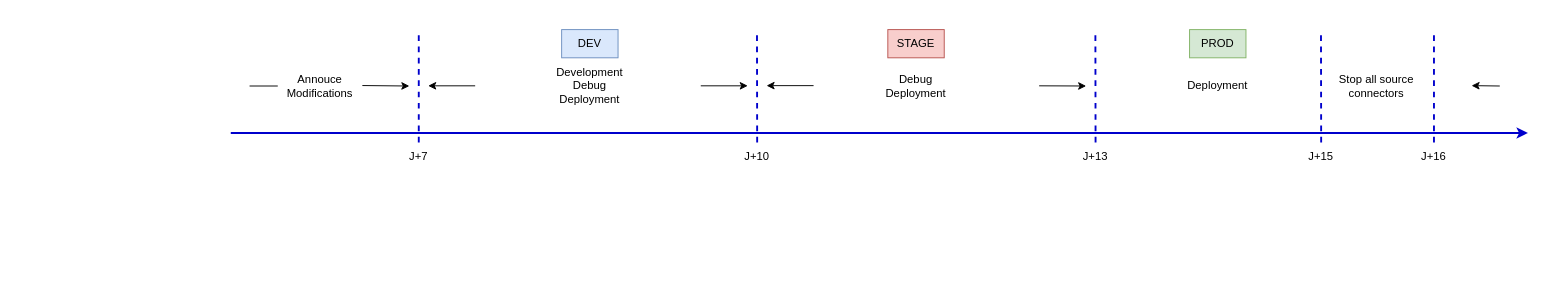
This is kfk_deployment.drawio from wunyu/drawio, a draw.io file, before an edit. Source tidied: cells renumbered, new cells numbered last; positions are measured from the earlier drawing's top-left corner, leaving out a move shared by most shapes. Both pictures are drawn from the tidied source at 94%, with x=0, y=0 at pixel (230, 29).
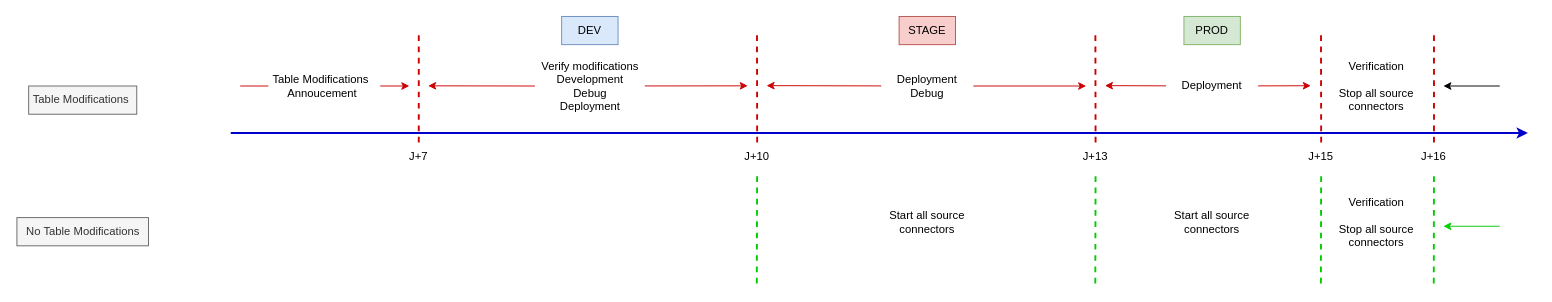
After the change.

Unchanged cells that the change refers to:
```xml
<mxCell id="3" value="J+15" style="text;html=1;align=center;verticalAlign=middle;whiteSpace=wrap;rounded=0;" parent="1" vertex="1">
  <mxGeometry x="1130" y="120" width="60" height="30" as="geometry" />
</mxCell>
<mxCell id="4" value="J+13" style="text;html=1;align=center;verticalAlign=middle;whiteSpace=wrap;rounded=0;" parent="1" vertex="1">
  <mxGeometry x="890" y="120" width="60" height="30" as="geometry" />
</mxCell>
<mxCell id="5" value="J+10" style="text;html=1;align=center;verticalAlign=middle;whiteSpace=wrap;rounded=0;" parent="1" vertex="1">
  <mxGeometry x="530" y="120" width="60" height="30" as="geometry" />
</mxCell>
<mxCell id="9" value="J+7" style="text;html=1;align=center;verticalAlign=middle;whiteSpace=wrap;rounded=0;" parent="1" vertex="1">
  <mxGeometry x="170" y="120" width="60" height="30" as="geometry" />
</mxCell>
<mxCell id="24" value="J+16" style="text;html=1;align=center;verticalAlign=middle;whiteSpace=wrap;rounded=0;" parent="1" vertex="1">
  <mxGeometry x="1250" y="120" width="60" height="30" as="geometry" />
</mxCell>
```

What changed in the source:
```diff
@@
-    <mxCell id="6" value="Annouce Modifications" style="text;html=1;align=center;verticalAlign=middle;whiteSpace=wrap;rounded=0;" parent="1" vertex="1">
-      <mxGeometry x="65" y="45" width="60" height="30" as="geometry" />
+    <mxCell id="6" value="Table Modifications&amp;nbsp;&lt;br&gt;Annoucement" style="text;html=1;align=center;verticalAlign=middle;whiteSpace=wrap;rounded=0;" parent="1" vertex="1">
+      <mxGeometry x="40" y="45" width="115" height="30" as="geometry" />
     </mxCell>
-    <mxCell id="7" style="endArrow=classic;html=1;rounded=0;endSize=6;startSize=6;targetPerimeterSpacing=0;" parent="1" edge="1">
+    <mxCell id="7" style="endArrow=classic;html=1;rounded=0;endSize=6;startSize=6;targetPerimeterSpacing=0;exitX=1.035;exitY=0.5;exitDx=0;exitDy=0;exitPerimeter=0;strokeColor=#CC0000;" parent="1" edge="1" source="6">
       <mxGeometry relative="1" as="geometry">
-        <mxPoint x="140" y="59.5" as="sourcePoint" />
         <mxPoint x="190" y="60" as="targetPoint" />
       </mxGeometry>
     </mxCell>
-    <mxCell id="8" value="Development Debug&lt;br&gt;Deployment" style="text;html=1;align=center;verticalAlign=middle;whiteSpace=wrap;rounded=0;" parent="1" vertex="1">
-      <mxGeometry x="333" y="45" width="98" height="30" as="geometry" />
+    <mxCell id="8" value="Verify modifications&lt;br&gt;Development &lt;br&gt;Debug&lt;br&gt;Deployment" style="text;html=1;align=center;verticalAlign=middle;whiteSpace=wrap;rounded=0;" parent="1" vertex="1">
+      <mxGeometry x="323.5" y="45" width="117" height="30" as="geometry" />
     </mxCell>
@@
-    <mxCell id="10" style="endArrow=none;html=1;rounded=0;endFill=0;startArrow=classic;startFill=1;" parent="1" edge="1">
+    <mxCell id="10" style="endArrow=none;html=1;rounded=0;endFill=0;startArrow=classic;startFill=1;entryX=0;entryY=0.5;entryDx=0;entryDy=0;strokeColor=#CC0000;" parent="1" edge="1" target="8">
       <mxGeometry relative="1" as="geometry">
         <mxPoint x="210" y="59.8" as="sourcePoint" />
-        <mxPoint x="260" y="59.8" as="targetPoint" />
       </mxGeometry>
     </mxCell>
-    <mxCell id="11" style="endArrow=classic;html=1;rounded=0;endFill=1;startArrow=none;startFill=0;endSize=6;" parent="1" edge="1">
+    <mxCell id="11" style="endArrow=classic;html=1;rounded=0;endFill=1;startArrow=none;startFill=0;endSize=6;strokeColor=#CC0000;" parent="1" edge="1" source="8">
       <mxGeometry relative="1" as="geometry">
-        <mxPoint x="500" y="59.8" as="sourcePoint" />
         <mxPoint x="550" y="59.8" as="targetPoint" />
       </mxGeometry>
     </mxCell>
-    <mxCell id="12" style="endArrow=none;dashed=1;html=1;rounded=0;exitX=0.5;exitY=0;exitDx=0;exitDy=0;strokeWidth=2;strokeColor=#0000CC;" parent="1" edge="1" source="9">
+    <mxCell id="12" style="endArrow=none;dashed=1;html=1;rounded=0;exitX=0.5;exitY=0;exitDx=0;exitDy=0;strokeWidth=2;strokeColor=#CC0000;" parent="1" edge="1" source="9">
       <mxGeometry relative="1" as="geometry">
         <mxPoint x="200" as="targetPoint" />
       </mxGeometry>
     </mxCell>
-    <mxCell id="13" style="endArrow=none;dashed=1;html=1;rounded=0;exitX=0.5;exitY=0;exitDx=0;exitDy=0;strokeWidth=2;strokeColor=#0000CC;" parent="1" edge="1" source="5">
+    <mxCell id="13" style="endArrow=none;dashed=1;html=1;rounded=0;exitX=0.5;exitY=0;exitDx=0;exitDy=0;strokeWidth=2;strokeColor=#CC0000;" parent="1" edge="1" source="5">
       <mxGeometry relative="1" as="geometry">
         <mxPoint x="559.8" as="targetPoint" />
       </mxGeometry>
     </mxCell>
-    <mxCell id="14" style="endArrow=none;dashed=1;html=1;rounded=0;exitX=0.5;exitY=0;exitDx=0;exitDy=0;strokeWidth=2;strokeColor=#0000CC;" parent="1" edge="1" source="4">
+    <mxCell id="14" style="endArrow=none;dashed=1;html=1;rounded=0;exitX=0.5;exitY=0;exitDx=0;exitDy=0;strokeWidth=2;strokeColor=#CC0000;" parent="1" edge="1" source="4">
       <mxGeometry relative="1" as="geometry">
         <mxPoint x="919.8" as="targetPoint" />
       </mxGeometry>
     </mxCell>
-    <mxCell id="15" style="endArrow=none;dashed=1;html=1;rounded=0;exitX=0.5;exitY=0;exitDx=0;exitDy=0;strokeWidth=2;strokeColor=#0000CC;" parent="1" edge="1" source="3">
+    <mxCell id="15" style="endArrow=none;dashed=1;html=1;rounded=0;exitX=0.5;exitY=0;exitDx=0;exitDy=0;strokeWidth=2;strokeColor=#CC0000;" parent="1" edge="1" source="3">
       <mxGeometry relative="1" as="geometry">
         <mxPoint x="1159.8" as="targetPoint" />
       </mxGeometry>
     </mxCell>
     <mxCell id="16" style="endArrow=none;html=1;rounded=0;endFill=0;startArrow=classic;startFill=1;" parent="1" edge="1">
       <mxGeometry relative="1" as="geometry">
-        <mxPoint x="1320" y="59.6" as="sourcePoint" />
+        <mxPoint x="1290" y="60" as="sourcePoint" />
         <mxPoint x="1350" y="60" as="targetPoint" />
       </mxGeometry>
     </mxCell>
-    <mxCell id="17" style="endArrow=none;html=1;rounded=0;" parent="1" edge="1">
+    <mxCell id="17" style="endArrow=none;html=1;rounded=0;strokeColor=#CC0000;" parent="1" edge="1" target="6">
       <mxGeometry relative="1" as="geometry">
-        <mxPoint x="20" y="60" as="sourcePoint" />
-        <mxPoint x="50" y="60" as="targetPoint" />
+        <mxPoint x="10" y="60" as="sourcePoint" />
       </mxGeometry>
     </mxCell>
-    <mxCell id="18" style="endArrow=classic;html=1;rounded=0;endFill=1;startArrow=none;startFill=0;endSize=6;" parent="1" edge="1">
+    <mxCell id="18" style="endArrow=classic;html=1;rounded=0;endFill=1;startArrow=none;startFill=0;endSize=6;strokeColor=#CC0000;" parent="1" edge="1" source="22">
       <mxGeometry relative="1" as="geometry">
-        <mxPoint x="860" y="59.8" as="sourcePoint" />
         <mxPoint x="910" y="60" as="targetPoint" />
       </mxGeometry>
     </mxCell>
     <mxCell id="19" value="DEV" style="text;html=1;align=center;verticalAlign=middle;whiteSpace=wrap;rounded=0;fillColor=#dae8fc;strokeColor=#6c8ebf;" parent="1" vertex="1">
-      <mxGeometry x="352" width="60" height="30" as="geometry" />
+      <mxGeometry x="352" y="-14" width="60" height="30" as="geometry" />
     </mxCell>
     <mxCell id="20" value="STAGE" style="text;html=1;align=center;verticalAlign=middle;whiteSpace=wrap;rounded=0;fillColor=#f8cecc;strokeColor=#b85450;" parent="1" vertex="1">
-      <mxGeometry x="699" width="60" height="30" as="geometry" />
+      <mxGeometry x="711" y="-14" width="60" height="30" as="geometry" />
     </mxCell>
     <mxCell id="21" value="PROD" style="text;html=1;align=center;verticalAlign=middle;whiteSpace=wrap;rounded=0;fillColor=#d5e8d4;strokeColor=#82b366;" parent="1" vertex="1">
-      <mxGeometry x="1020" width="60" height="30" as="geometry" />
+      <mxGeometry x="1014" y="-14" width="60" height="30" as="geometry" />
     </mxCell>
-    <mxCell id="22" value="Debug&lt;br&gt;Deployment" style="text;html=1;align=center;verticalAlign=middle;whiteSpace=wrap;rounded=0;" parent="1" vertex="1">
-      <mxGeometry x="680" y="45" width="98" height="30" as="geometry" />
+    <mxCell id="22" value="Deployment&lt;br&gt;Debug" style="text;html=1;align=center;verticalAlign=middle;whiteSpace=wrap;rounded=0;" parent="1" vertex="1">
+      <mxGeometry x="692" y="45" width="98" height="30" as="geometry" />
     </mxCell>
-    <mxCell id="23" style="endArrow=none;dashed=1;html=1;rounded=0;exitX=0.5;exitY=0;exitDx=0;exitDy=0;strokeWidth=2;strokeColor=#0000CC;" parent="1" edge="1" source="24">
+    <mxCell id="23" style="endArrow=none;dashed=1;html=1;rounded=0;exitX=0.5;exitY=0;exitDx=0;exitDy=0;strokeWidth=2;strokeColor=#CC0000;" parent="1" edge="1" source="24">
       <mxGeometry relative="1" as="geometry">
         <mxPoint x="1280" as="targetPoint" />
       </mxGeometry>
     </mxCell>
@@
-    <mxCell id="25" value="Stop all source connectors" style="text;html=1;align=center;verticalAlign=middle;whiteSpace=wrap;rounded=0;" parent="1" vertex="1">
+    <mxCell id="25" value="Verification&lt;br&gt;&lt;br&gt;Stop all source connectors" style="text;html=1;align=center;verticalAlign=middle;whiteSpace=wrap;rounded=0;" parent="1" vertex="1">
       <mxGeometry x="1170" y="45" width="98" height="30" as="geometry" />
     </mxCell>
     <mxCell id="26" value="Deployment" style="text;html=1;align=center;verticalAlign=middle;whiteSpace=wrap;rounded=0;" parent="1" vertex="1">
-      <mxGeometry x="1001" y="45" width="98" height="30" as="geometry" />
+      <mxGeometry x="995" y="45" width="98" height="30" as="geometry" />
     </mxCell>
-    <mxCell id="27" style="endArrow=none;html=1;rounded=0;endFill=0;startArrow=classic;startFill=1;" parent="1" edge="1">
+    <mxCell id="27" style="endArrow=none;html=1;rounded=0;endFill=0;startArrow=classic;startFill=1;strokeColor=#CC0000;" parent="1" edge="1" target="22">
       <mxGeometry relative="1" as="geometry">
         <mxPoint x="570" y="59.6" as="sourcePoint" />
-        <mxPoint x="620" y="59.6" as="targetPoint" />
       </mxGeometry>
     </mxCell>
+    <mxCell id="28" style="endArrow=classic;html=1;rounded=0;endFill=1;startArrow=none;startFill=0;endSize=6;strokeColor=#CC0000;" parent="1" edge="1" source="26">
+      <mxGeometry relative="1" as="geometry">
+        <mxPoint x="1149" y="59.7" as="targetPoint" />
+      </mxGeometry>
+    </mxCell>
+    <mxCell id="29" style="endArrow=none;html=1;rounded=0;endFill=0;startArrow=classic;startFill=1;strokeColor=#CC0000;" parent="1" edge="1" target="26">
+      <mxGeometry relative="1" as="geometry">
+        <mxPoint x="930" y="59.6" as="sourcePoint" />
+      </mxGeometry>
+    </mxCell>
+    <mxCell id="30" style="endArrow=none;dashed=1;html=1;rounded=0;exitX=0.5;exitY=0;exitDx=0;exitDy=0;strokeWidth=2;strokeColor=#00CC00;" parent="1" edge="1">
+      <mxGeometry relative="1" as="geometry">
+        <mxPoint x="919.7" y="270" as="sourcePoint" />
+        <mxPoint x="920" y="150" as="targetPoint" />
+      </mxGeometry>
+    </mxCell>
+    <mxCell id="31" style="endArrow=none;dashed=1;html=1;rounded=0;exitX=0.5;exitY=0;exitDx=0;exitDy=0;strokeWidth=2;strokeColor=#00CC00;" parent="1" edge="1" target="3">
+      <mxGeometry relative="1" as="geometry">
+        <mxPoint x="1159.7" y="270" as="sourcePoint" />
+      </mxGeometry>
+    </mxCell>
+    <mxCell id="32" value="Start all source connectors" style="text;html=1;align=center;verticalAlign=middle;whiteSpace=wrap;rounded=0;" parent="1" vertex="1">
+      <mxGeometry x="995" y="190" width="98" height="30" as="geometry" />
+    </mxCell>
+    <mxCell id="33" value="Verification&lt;br&gt;&lt;br&gt;Stop all source connectors" style="text;html=1;align=center;verticalAlign=middle;whiteSpace=wrap;rounded=0;" parent="1" vertex="1">
+      <mxGeometry x="1170" y="190" width="98" height="30" as="geometry" />
+    </mxCell>
+    <mxCell id="34" style="endArrow=none;dashed=1;html=1;rounded=0;exitX=0.5;exitY=0;exitDx=0;exitDy=0;strokeWidth=2;strokeColor=#00CC00;" parent="1" edge="1" target="24">
+      <mxGeometry relative="1" as="geometry">
+        <mxPoint x="1279.8" y="270" as="sourcePoint" />
+      </mxGeometry>
+    </mxCell>
+    <mxCell id="35" style="endArrow=none;html=1;rounded=0;endFill=0;startArrow=classic;startFill=1;strokeColor=#00CC00;" parent="1" edge="1">
+      <mxGeometry relative="1" as="geometry">
+        <mxPoint x="1290" y="209.2" as="sourcePoint" />
+        <mxPoint x="1350" y="209.2" as="targetPoint" />
+      </mxGeometry>
+    </mxCell>
+    <mxCell id="36" value="No Table Modifications" style="text;html=1;align=center;verticalAlign=middle;whiteSpace=wrap;rounded=0;fillColor=#f5f5f5;fontColor=#333333;strokeColor=#666666;" parent="1" vertex="1">
+      <mxGeometry x="-227.5" y="200" width="140" height="30" as="geometry" />
+    </mxCell>
+    <mxCell id="37" value="Table Modifications&amp;nbsp;" style="text;html=1;align=center;verticalAlign=middle;whiteSpace=wrap;rounded=0;fillColor=#f5f5f5;fontColor=#333333;strokeColor=#666666;" parent="1" vertex="1">
+      <mxGeometry x="-215" y="60" width="115" height="30" as="geometry" />
+    </mxCell>
+    <mxCell id="38" style="endArrow=none;dashed=1;html=1;rounded=0;exitX=0.5;exitY=0;exitDx=0;exitDy=0;strokeWidth=2;strokeColor=#00CC00;" parent="1" edge="1" target="5">
+      <mxGeometry relative="1" as="geometry">
+        <mxPoint x="559.6" y="270" as="sourcePoint" />
+      </mxGeometry>
+    </mxCell>
+    <mxCell id="39" value="Start all source connectors" style="text;html=1;align=center;verticalAlign=middle;whiteSpace=wrap;rounded=0;" parent="1" vertex="1">
+      <mxGeometry x="692" y="190" width="98" height="30" as="geometry" />
+    </mxCell>
```
